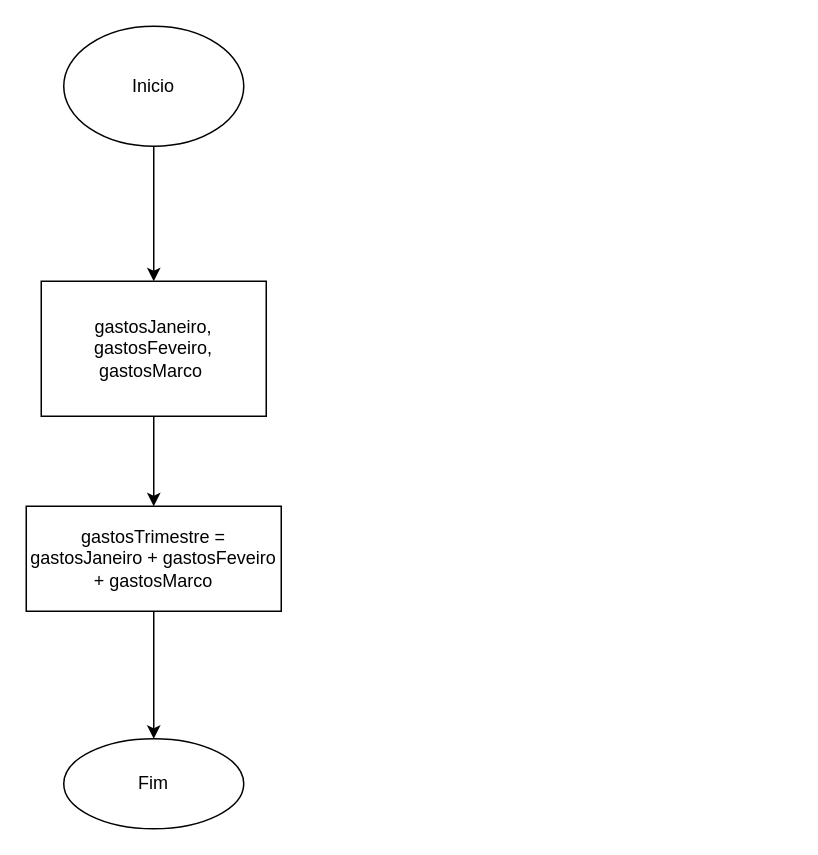
Above: page "Balanço Trimestral" (2 of 5) of Diagrama sem nome.drawio in Alessandra-Moreira/Algoritmos (draw.io), before the change. Source tidied: cells renumbered, new cells numbered last; positions are measured from the earlier drawing's top-left corner, leaving out a move shared by most shapes. Both pictures are drawn from the tidied source at 150%, with x=0, y=0 at pixel (26, 26).
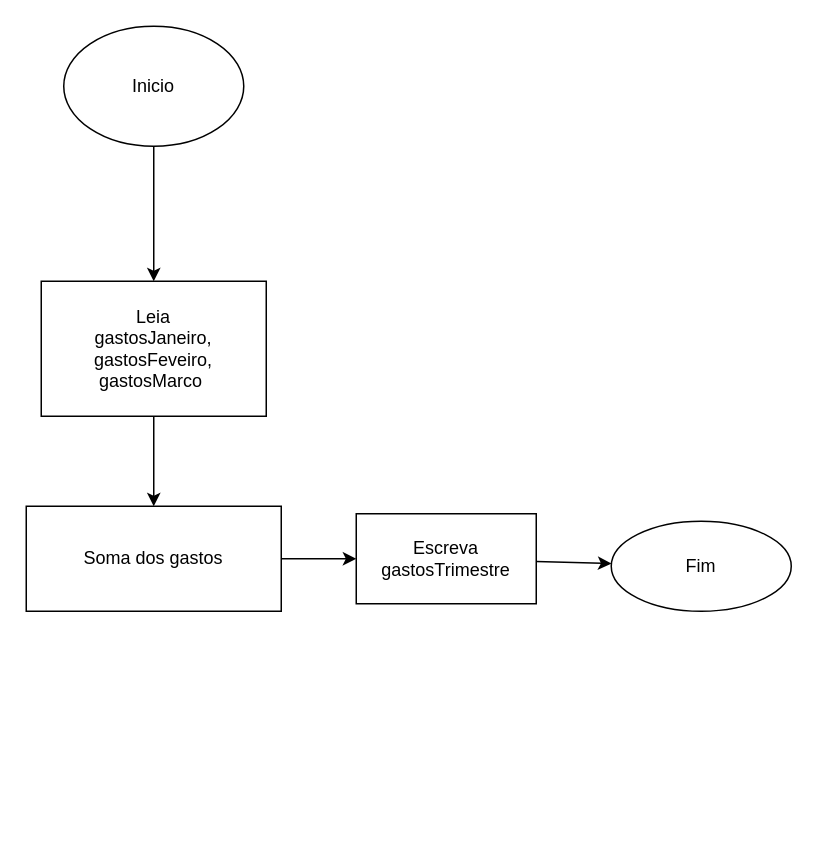
The same diagram, later.

What changed in the source:
```diff
@@
 <mxGraphModel>
   <root>
     <mxCell id="0" />
     <mxCell id="1" parent="0" />
     <mxCell id="2" style="edgeStyle=orthogonalEdgeStyle;rounded=0;jettySize=auto;html=1;" parent="1" edge="1" source="3" target="5">
       <mxGeometry relative="1" as="geometry" />
     </mxCell>
     <mxCell id="3" value="Inicio" style="ellipse;whiteSpace=wrap;html=1;" parent="1" vertex="1">
       <mxGeometry x="25" width="120" height="80" as="geometry" />
     </mxCell>
     <mxCell id="4" style="edgeStyle=orthogonalEdgeStyle;rounded=0;jettySize=auto;html=1;" parent="1" edge="1" source="5" target="7">
       <mxGeometry relative="1" as="geometry" />
     </mxCell>
-    <mxCell id="5" value="gastosJaneiro,&lt;br&gt;gastosFeveiro, gastosMarco&amp;nbsp;" style="whiteSpace=wrap;html=1;" parent="1" vertex="1">
+    <mxCell id="5" value="Leia &lt;br&gt;gastosJaneiro,&lt;br&gt;gastosFeveiro, gastosMarco&amp;nbsp;" style="whiteSpace=wrap;html=1;" parent="1" vertex="1">
       <mxGeometry x="10" y="170" width="150" height="90" as="geometry" />
     </mxCell>
-    <mxCell id="6" style="edgeStyle=orthogonalEdgeStyle;rounded=0;jettySize=auto;html=1;" parent="1" edge="1" source="7" target="8">
-      <mxGeometry relative="1" as="geometry" />
-    </mxCell>
+    <mxCell id="9" style="edgeStyle=none;rounded=0;jettySize=auto;html=1;" parent="1" edge="1" source="7" target="11">
+      <mxGeometry relative="1" as="geometry" />
+    </mxCell>
-    <mxCell id="7" value="gastosTrimestre = gastosJaneiro + gastosFeveiro + gastosMarco" style="whiteSpace=wrap;html=1;" parent="1" vertex="1">
+    <mxCell id="7" value="Soma dos gastos" style="whiteSpace=wrap;html=1;" parent="1" vertex="1">
       <mxGeometry y="320" width="170" height="70" as="geometry" />
     </mxCell>
     <mxCell id="8" value="Fim" style="ellipse;whiteSpace=wrap;html=1;" parent="1" vertex="1">
-      <mxGeometry x="25" y="475" width="120" height="60" as="geometry" />
+      <mxGeometry x="390" y="330" width="120" height="60" as="geometry" />
     </mxCell>
+    <mxCell id="10" style="edgeStyle=none;rounded=0;jettySize=auto;html=1;" parent="1" edge="1" source="11" target="8">
+      <mxGeometry relative="1" as="geometry" />
+    </mxCell>
+    <mxCell id="11" value="Escreva gastosTrimestre" style="rounded=0;whiteSpace=wrap;html=1;" parent="1" vertex="1">
+      <mxGeometry x="220" y="325" width="120" height="60" as="geometry" />
+    </mxCell>
   </root>
 </mxGraphModel>
```
